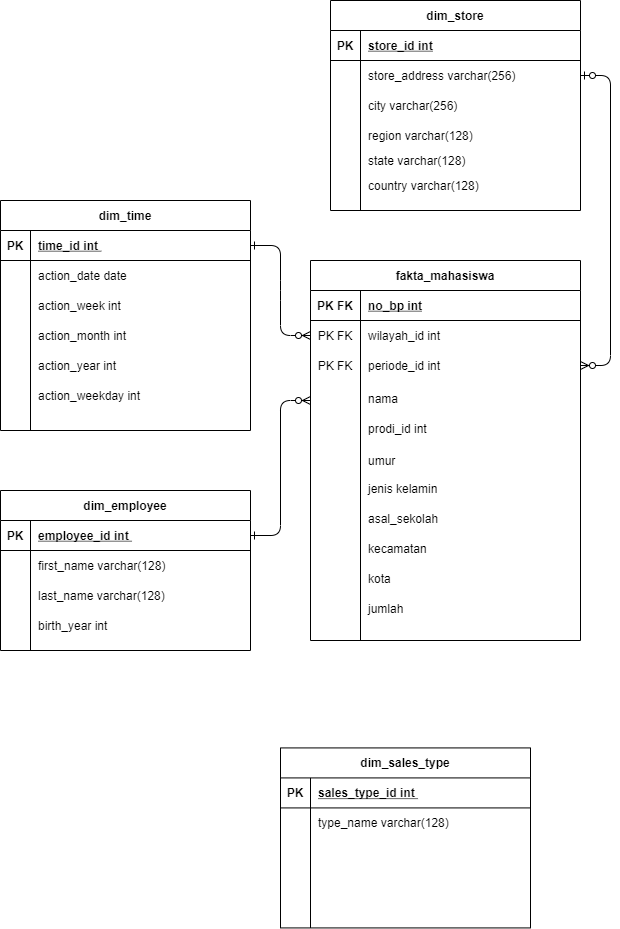
dikaandrajoni/Datawarehouse keeps this draw.io diagram as Datawarehouse mahasiswa TI.png. Above is the earlier version. Source tidied: cells renumbered, new cells last; positions are measured from the earlier drawing's top-left corner, leaving out a move shared by most shapes.
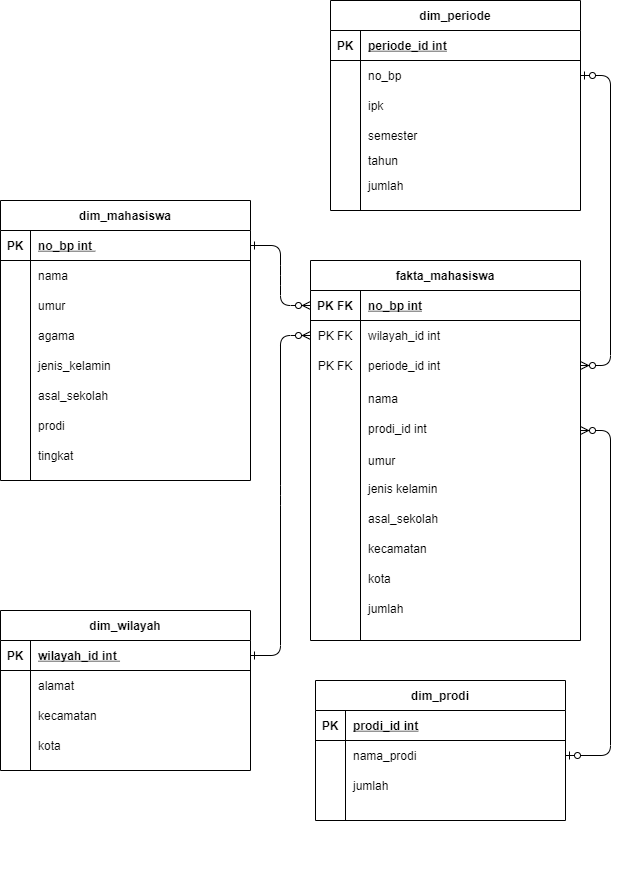
After the commit.

Change to the diagram source:
```diff
@@ -2,7 +2,7 @@
   <root>
     <mxCell id="0" />
     <mxCell id="1" parent="0" />
-    <mxCell id="2" style="edgeStyle=entityRelationEdgeStyle;endArrow=ERzeroToMany;startArrow=ERone;endFill=1;startFill=0;" parent="1" edge="1" source="7" target="65">
+    <mxCell id="2" style="edgeStyle=entityRelationEdgeStyle;endArrow=ERzeroToMany;startArrow=ERone;endFill=1;startFill=0;entryX=0;entryY=0.5;entryDx=0;entryDy=0;" parent="1" edge="1" source="7" target="62">
       <mxGeometry relative="1" as="geometry" />
     </mxCell>
     <mxCell id="3" style="edgeStyle=entityRelationEdgeStyle;endArrow=ERzeroToOne;startArrow=ERzeroToMany;endFill=1;startFill=1;exitX=1;exitY=0.5;exitDx=0;exitDy=0;" parent="1" edge="1" source="68" target="44">
@@ -12,10 +12,10 @@
       <mxGeometry x="310" y="440" width="50" height="30" as="geometry" />
     </mxCell>
     <mxCell id="5" style="group;" parent="1" vertex="1">
-      <mxGeometry y="200" width="250" height="230" as="geometry" />
+      <mxGeometry y="200" width="250" height="310" as="geometry" />
     </mxCell>
-    <mxCell id="6" value="dim_time" style="shape=table;startSize=30;rowLines=0;fontStyle=1;align=center;" parent="5" vertex="1">
-      <mxGeometry width="250" height="230" as="geometry" />
+    <mxCell id="6" value="dim_mahasiswa" style="shape=table;startSize=30;rowLines=0;fontStyle=1;align=center;" parent="5" vertex="1">
+      <mxGeometry width="250" height="280" as="geometry" />
     </mxCell>
     <mxCell id="7" style="shape=partialRectangle;fillColor=none;points=[[0,0.5],[1,0.5]];portConstraint=eastwest;top=0;left=0;right=0;bottom=1;" parent="6" vertex="1">
       <mxGeometry y="30" width="250" height="30" as="geometry" />
@@ -23,7 +23,7 @@
     <mxCell id="8" value="PK" style="shape=partialRectangle;overflow=hidden;fillColor=none;top=0;left=0;bottom=0;right=0;fontStyle=1;" parent="7" vertex="1">
       <mxGeometry width="30" height="30" as="geometry" />
     </mxCell>
-    <mxCell id="9" value="time_id int " style="shape=partialRectangle;overflow=hidden;fillColor=none;top=0;left=0;bottom=0;right=0;align=left;spacingLeft=6;fontStyle=5;" parent="7" vertex="1">
+    <mxCell id="9" value="no_bp int " style="shape=partialRectangle;overflow=hidden;fillColor=none;top=0;left=0;bottom=0;right=0;align=left;spacingLeft=6;fontStyle=5;" parent="7" vertex="1">
       <mxGeometry x="30" width="220" height="30" as="geometry" />
     </mxCell>
     <mxCell id="10" style="shape=partialRectangle;fillColor=none;top=0;left=0;right=0;bottom=0;" parent="6" vertex="1">
@@ -32,7 +32,7 @@
     <mxCell id="11" style="shape=partialRectangle;overflow=hidden;fillColor=none;top=0;left=0;bottom=0;right=0;" parent="10" vertex="1">
       <mxGeometry width="30" height="30" as="geometry" />
     </mxCell>
-    <mxCell id="12" value="action_date date" style="shape=partialRectangle;overflow=hidden;fillColor=none;top=0;left=0;bottom=0;right=0;align=left;spacingLeft=6;" parent="10" vertex="1">
+    <mxCell id="12" value="nama" style="shape=partialRectangle;overflow=hidden;fillColor=none;top=0;left=0;bottom=0;right=0;align=left;spacingLeft=6;" parent="10" vertex="1">
       <mxGeometry x="30" width="220" height="30" as="geometry" />
     </mxCell>
     <mxCell id="13" style="shape=partialRectangle;fillColor=none;top=0;left=0;right=0;bottom=0;" parent="5" vertex="1">
@@ -41,7 +41,7 @@
     <mxCell id="14" style="shape=partialRectangle;overflow=hidden;fillColor=none;top=0;left=0;bottom=0;right=0;" parent="13" vertex="1">
       <mxGeometry width="30" height="30" as="geometry" />
     </mxCell>
-    <mxCell id="15" value="action_week int" style="shape=partialRectangle;overflow=hidden;fillColor=none;top=0;left=0;bottom=0;right=0;align=left;spacingLeft=6;" parent="13" vertex="1">
+    <mxCell id="15" value="umur" style="shape=partialRectangle;overflow=hidden;fillColor=none;top=0;left=0;bottom=0;right=0;align=left;spacingLeft=6;" parent="13" vertex="1">
       <mxGeometry x="30" width="220" height="30" as="geometry" />
     </mxCell>
     <mxCell id="16" style="shape=partialRectangle;fillColor=none;top=0;left=0;right=0;bottom=0;" parent="5" vertex="1">
@@ -50,7 +50,7 @@
     <mxCell id="17" style="shape=partialRectangle;overflow=hidden;fillColor=none;top=0;left=0;bottom=0;right=0;" parent="16" vertex="1">
       <mxGeometry width="30" height="30" as="geometry" />
     </mxCell>
-    <mxCell id="18" value="action_month int" style="shape=partialRectangle;overflow=hidden;fillColor=none;top=0;left=0;bottom=0;right=0;align=left;spacingLeft=6;" parent="16" vertex="1">
+    <mxCell id="18" value="agama" style="shape=partialRectangle;overflow=hidden;fillColor=none;top=0;left=0;bottom=0;right=0;align=left;spacingLeft=6;" parent="16" vertex="1">
       <mxGeometry x="30" width="220" height="30" as="geometry" />
     </mxCell>
     <mxCell id="19" style="shape=partialRectangle;fillColor=none;top=0;left=0;right=0;bottom=0;" parent="5" vertex="1">
@@ -59,16 +59,22 @@
     <mxCell id="20" style="shape=partialRectangle;overflow=hidden;fillColor=none;top=0;left=0;bottom=0;right=0;" parent="19" vertex="1">
       <mxGeometry width="30" height="30" as="geometry" />
     </mxCell>
-    <mxCell id="21" value="action_year int" style="shape=partialRectangle;overflow=hidden;fillColor=none;top=0;left=0;bottom=0;right=0;align=left;spacingLeft=6;" parent="19" vertex="1">
+    <mxCell id="21" value="jenis_kelamin" style="shape=partialRectangle;overflow=hidden;fillColor=none;top=0;left=0;bottom=0;right=0;align=left;spacingLeft=6;" parent="19" vertex="1">
       <mxGeometry x="30" width="220" height="30" as="geometry" />
     </mxCell>
-    <mxCell id="22" value="action_weekday int" style="shape=partialRectangle;overflow=hidden;fillColor=none;top=0;left=0;bottom=0;right=0;align=left;spacingLeft=6;" parent="5" vertex="1">
+    <mxCell id="22" value="asal_sekolah" style="shape=partialRectangle;overflow=hidden;fillColor=none;top=0;left=0;bottom=0;right=0;align=left;spacingLeft=6;" parent="5" vertex="1">
       <mxGeometry x="30" y="180" width="220" height="30" as="geometry" />
     </mxCell>
+    <mxCell id="86" value="prodi" style="shape=partialRectangle;overflow=hidden;fillColor=none;top=0;left=0;bottom=0;right=0;align=left;spacingLeft=6;" parent="5" vertex="1">
+      <mxGeometry x="30" y="210" width="220" height="30" as="geometry" />
+    </mxCell>
+    <mxCell id="87" value="tingkat" style="shape=partialRectangle;overflow=hidden;fillColor=none;top=0;left=0;bottom=0;right=0;align=left;spacingLeft=6;" parent="5" vertex="1">
+      <mxGeometry x="30" y="240" width="220" height="30" as="geometry" />
+    </mxCell>
     <mxCell id="23" style="group;" parent="1" vertex="1">
-      <mxGeometry y="490" width="250" height="160" as="geometry" />
+      <mxGeometry y="610" width="250" height="160" as="geometry" />
     </mxCell>
-    <mxCell id="24" value="dim_employee" style="shape=table;startSize=30;rowLines=0;fontStyle=1;align=center;" parent="23" vertex="1">
+    <mxCell id="24" value="dim_wilayah" style="shape=table;startSize=30;rowLines=0;fontStyle=1;align=center;" parent="23" vertex="1">
       <mxGeometry width="250" height="160" as="geometry" />
     </mxCell>
     <mxCell id="25" style="shape=partialRectangle;fillColor=none;points=[[0,0.5],[1,0.5]];portConstraint=eastwest;top=0;left=0;right=0;bottom=1;" parent="24" vertex="1">
@@ -77,7 +83,7 @@
     <mxCell id="26" value="PK" style="shape=partialRectangle;overflow=hidden;fillColor=none;top=0;left=0;bottom=0;right=0;fontStyle=1;" parent="25" vertex="1">
       <mxGeometry width="30" height="30" as="geometry" />
     </mxCell>
-    <mxCell id="27" value="employee_id int " style="shape=partialRectangle;overflow=hidden;fillColor=none;top=0;left=0;bottom=0;right=0;align=left;spacingLeft=6;fontStyle=5;" parent="25" vertex="1">
+    <mxCell id="27" value="wilayah_id int " style="shape=partialRectangle;overflow=hidden;fillColor=none;top=0;left=0;bottom=0;right=0;align=left;spacingLeft=6;fontStyle=5;" parent="25" vertex="1">
       <mxGeometry x="30" width="220" height="30" as="geometry" />
     </mxCell>
     <mxCell id="28" style="shape=partialRectangle;fillColor=none;top=0;left=0;right=0;bottom=0;" parent="24" vertex="1">
@@ -86,7 +92,7 @@
     <mxCell id="29" style="shape=partialRectangle;overflow=hidden;fillColor=none;top=0;left=0;bottom=0;right=0;" parent="28" vertex="1">
       <mxGeometry width="30" height="30" as="geometry" />
     </mxCell>
-    <mxCell id="30" value="first_name varchar(128)" style="shape=partialRectangle;overflow=hidden;fillColor=none;top=0;left=0;bottom=0;right=0;align=left;spacingLeft=6;" parent="28" vertex="1">
+    <mxCell id="30" value="alamat" style="shape=partialRectangle;overflow=hidden;fillColor=none;top=0;left=0;bottom=0;right=0;align=left;spacingLeft=6;" parent="28" vertex="1">
       <mxGeometry x="30" width="220" height="30" as="geometry" />
     </mxCell>
     <mxCell id="31" style="shape=partialRectangle;fillColor=none;top=0;left=0;right=0;bottom=0;" parent="23" vertex="1">
@@ -95,7 +101,7 @@
     <mxCell id="32" style="shape=partialRectangle;overflow=hidden;fillColor=none;top=0;left=0;bottom=0;right=0;" parent="31" vertex="1">
       <mxGeometry width="30" height="30" as="geometry" />
     </mxCell>
-    <mxCell id="33" value="last_name varchar(128)" style="shape=partialRectangle;overflow=hidden;fillColor=none;top=0;left=0;bottom=0;right=0;align=left;spacingLeft=6;" parent="31" vertex="1">
+    <mxCell id="33" value="kecamatan" style="shape=partialRectangle;overflow=hidden;fillColor=none;top=0;left=0;bottom=0;right=0;align=left;spacingLeft=6;" parent="31" vertex="1">
       <mxGeometry x="30" width="220" height="30" as="geometry" />
     </mxCell>
     <mxCell id="34" style="shape=partialRectangle;fillColor=none;top=0;left=0;right=0;bottom=0;" parent="23" vertex="1">
@@ -104,13 +110,11 @@
     <mxCell id="35" style="shape=partialRectangle;overflow=hidden;fillColor=none;top=0;left=0;bottom=0;right=0;" parent="34" vertex="1">
       <mxGeometry width="30" height="30" as="geometry" />
     </mxCell>
-    <mxCell id="36" value="birth_year int" style="shape=partialRectangle;overflow=hidden;fillColor=none;top=0;left=0;bottom=0;right=0;align=left;spacingLeft=6;" parent="34" vertex="1">
+    <mxCell id="36" value="kota" style="shape=partialRectangle;overflow=hidden;fillColor=none;top=0;left=0;bottom=0;right=0;align=left;spacingLeft=6;" parent="34" vertex="1">
       <mxGeometry x="30" width="220" height="30" as="geometry" />
     </mxCell>
-    <mxCell id="37" style="edgeStyle=entityRelationEdgeStyle;fontSize=12;html=1;endArrow=ERzeroToMany;startArrow=ERone;exitX=1;exitY=0.5;exitDx=0;exitDy=0;startFill=0;endFill=1;" parent="1" edge="1" source="25">
-      <mxGeometry relative="1" as="geometry">
-        <mxPoint x="310" y="400" as="targetPoint" />
-      </mxGeometry>
+    <mxCell id="37" style="edgeStyle=entityRelationEdgeStyle;fontSize=12;html=1;endArrow=ERzeroToMany;startArrow=ERone;exitX=1;exitY=0.5;exitDx=0;exitDy=0;startFill=0;endFill=1;entryX=0;entryY=0.5;entryDx=0;entryDy=0;" parent="1" edge="1" source="25" target="65">
+      <mxGeometry relative="1" as="geometry" />
     </mxCell>
     <mxCell id="38" style="group;" parent="1" vertex="1">
       <mxGeometry x="330" width="250" height="210" as="geometry" />
@@ -118,7 +122,7 @@
     <mxCell id="39" style="group;" parent="38" vertex="1">
       <mxGeometry width="250" height="210" as="geometry" />
     </mxCell>
-    <mxCell id="40" value="dim_store" style="shape=table;startSize=30;rowLines=0;fontStyle=1;align=center;" parent="39" vertex="1">
+    <mxCell id="40" value="dim_periode" style="shape=table;startSize=30;rowLines=0;fontStyle=1;align=center;" parent="39" vertex="1">
       <mxGeometry width="250" height="210" as="geometry" />
     </mxCell>
     <mxCell id="41" style="shape=partialRectangle;fillColor=none;top=0;left=0;right=0;bottom=1;" parent="40" vertex="1">
@@ -127,7 +131,7 @@
     <mxCell id="42" value="PK" style="shape=partialRectangle;overflow=hidden;fillColor=none;top=0;left=0;bottom=0;right=0;fontStyle=1;" parent="41" vertex="1">
       <mxGeometry width="30" height="30" as="geometry" />
     </mxCell>
-    <mxCell id="43" value="store_id int" style="shape=partialRectangle;overflow=hidden;fillColor=none;top=0;left=0;bottom=0;right=0;align=left;spacingLeft=6;fontStyle=5;" parent="41" vertex="1">
+    <mxCell id="43" value="periode_id int" style="shape=partialRectangle;overflow=hidden;fillColor=none;top=0;left=0;bottom=0;right=0;align=left;spacingLeft=6;fontStyle=5;" parent="41" vertex="1">
       <mxGeometry x="30" width="220" height="30" as="geometry" />
     </mxCell>
     <mxCell id="44" style="shape=partialRectangle;fillColor=none;points=[[0,0.5],[1,0.5]];portConstraint=eastwest;top=0;left=0;right=0;bottom=0;" parent="40" vertex="1">
@@ -136,7 +140,7 @@
     <mxCell id="45" style="shape=partialRectangle;overflow=hidden;fillColor=none;top=0;left=0;bottom=0;right=0;" parent="44" vertex="1">
       <mxGeometry width="30" height="30" as="geometry" />
     </mxCell>
-    <mxCell id="46" value="store_address varchar(256)" style="shape=partialRectangle;overflow=hidden;fillColor=none;top=0;left=0;bottom=0;right=0;align=left;spacingLeft=6;" parent="44" vertex="1">
+    <mxCell id="46" value="no_bp" style="shape=partialRectangle;overflow=hidden;fillColor=none;top=0;left=0;bottom=0;right=0;align=left;spacingLeft=6;" parent="44" vertex="1">
       <mxGeometry x="30" width="220" height="30" as="geometry" />
     </mxCell>
     <mxCell id="47" style="shape=partialRectangle;fillColor=none;top=0;left=0;right=0;bottom=0;" parent="40" vertex="1">
@@ -145,7 +149,7 @@
     <mxCell id="48" style="shape=partialRectangle;overflow=hidden;fillColor=none;top=0;left=0;bottom=0;right=0;" parent="47" vertex="1">
       <mxGeometry width="30" height="30" as="geometry" />
     </mxCell>
-    <mxCell id="49" value="city varchar(256)" style="shape=partialRectangle;overflow=hidden;fillColor=none;top=0;left=0;bottom=0;right=0;align=left;spacingLeft=6;" parent="47" vertex="1">
+    <mxCell id="49" value="ipk" style="shape=partialRectangle;overflow=hidden;fillColor=none;top=0;left=0;bottom=0;right=0;align=left;spacingLeft=6;" parent="47" vertex="1">
       <mxGeometry x="30" width="220" height="30" as="geometry" />
     </mxCell>
     <mxCell id="50" style="shape=partialRectangle;fillColor=none;top=0;left=0;right=0;bottom=0;" parent="39" vertex="1">
@@ -154,7 +158,7 @@
     <mxCell id="51" style="shape=partialRectangle;overflow=hidden;fillColor=none;top=0;left=0;bottom=0;right=0;" parent="50" vertex="1">
       <mxGeometry width="30" height="30" as="geometry" />
     </mxCell>
-    <mxCell id="52" value="region varchar(128)" style="shape=partialRectangle;overflow=hidden;fillColor=none;top=0;left=0;bottom=0;right=0;align=left;spacingLeft=6;" parent="50" vertex="1">
+    <mxCell id="52" value="semester" style="shape=partialRectangle;overflow=hidden;fillColor=none;top=0;left=0;bottom=0;right=0;align=left;spacingLeft=6;" parent="50" vertex="1">
       <mxGeometry x="30" width="220" height="30" as="geometry" />
     </mxCell>
     <mxCell id="53" style="shape=partialRectangle;fillColor=none;top=0;left=0;right=0;bottom=0;" parent="39" vertex="1">
@@ -163,7 +167,7 @@
     <mxCell id="54" style="shape=partialRectangle;overflow=hidden;fillColor=none;top=0;left=0;bottom=0;right=0;" parent="53" vertex="1">
       <mxGeometry width="30" height="30" as="geometry" />
     </mxCell>
-    <mxCell id="55" value="state varchar(128)" style="shape=partialRectangle;overflow=hidden;fillColor=none;top=0;left=0;bottom=0;right=0;align=left;spacingLeft=6;" parent="53" vertex="1">
+    <mxCell id="55" value="tahun" style="shape=partialRectangle;overflow=hidden;fillColor=none;top=0;left=0;bottom=0;right=0;align=left;spacingLeft=6;" parent="53" vertex="1">
       <mxGeometry x="30" width="220" height="30" as="geometry" />
     </mxCell>
     <mxCell id="56" style="shape=partialRectangle;fillColor=none;top=0;left=0;right=0;bottom=0;" parent="39" vertex="1">
@@ -172,7 +176,7 @@
     <mxCell id="57" style="shape=partialRectangle;overflow=hidden;fillColor=none;top=0;left=0;bottom=0;right=0;" parent="56" vertex="1">
       <mxGeometry width="30" height="30" as="geometry" />
     </mxCell>
-    <mxCell id="58" value="country varchar(128)" style="shape=partialRectangle;overflow=hidden;fillColor=none;top=0;left=0;bottom=0;right=0;align=left;spacingLeft=6;" parent="56" vertex="1">
+    <mxCell id="58" value="jumlah" style="shape=partialRectangle;overflow=hidden;fillColor=none;top=0;left=0;bottom=0;right=0;align=left;spacingLeft=6;" parent="56" vertex="1">
       <mxGeometry x="30" width="220" height="30" as="geometry" />
     </mxCell>
     <mxCell id="59" style="group;" parent="1" vertex="1">
@@ -232,29 +236,52 @@
     <mxCell id="77" value="jumlah" style="shape=partialRectangle;overflow=hidden;fillColor=none;top=0;left=0;bottom=0;right=0;align=left;spacingLeft=6;" parent="59" vertex="1">
       <mxGeometry x="50" y="330" width="220" height="36.8" as="geometry" />
     </mxCell>
-    <mxCell id="78" style="group;" parent="1" vertex="1">
-      <mxGeometry x="270" y="837.4" width="260" height="90" as="geometry" />
-    </mxCell>
-    <mxCell id="79" value="dim_sales_type" style="shape=table;startSize=30;rowLines=0;fontStyle=1;align=center;" parent="78" vertex="1">
-      <mxGeometry x="10" y="-90" width="250" height="180" as="geometry" />
-    </mxCell>
+    <mxCell id="88" style="edgeStyle=entityRelationEdgeStyle;endArrow=ERzeroToOne;startArrow=ERzeroToMany;endFill=1;startFill=1;" parent="1" edge="1" target="83">
+      <mxGeometry relative="1" as="geometry">
+        <mxPoint x="580" y="430" as="sourcePoint" />
+      </mxGeometry>
+    </mxCell>
+    <mxCell id="89" style="group;" parent="1" vertex="1">
+      <mxGeometry x="315" y="680" width="250" height="210" as="geometry" />
+    </mxCell>
+    <mxCell id="90" style="group;" parent="89" vertex="1">
+      <mxGeometry width="250" height="210" as="geometry" />
+    </mxCell>
+    <mxCell id="91" value="dim_prodi" style="shape=table;startSize=30;rowLines=0;fontStyle=1;align=center;" parent="90" vertex="1">
+      <mxGeometry width="250" height="140" as="geometry" />
+    </mxCell>
-    <mxCell id="80" style="shape=partialRectangle;fillColor=none;top=0;left=0;right=0;bottom=1;" parent="79" vertex="1">
+    <mxCell id="80" style="shape=partialRectangle;fillColor=none;top=0;left=0;right=0;bottom=1;" parent="91" vertex="1">
       <mxGeometry y="30" width="250" height="30" as="geometry" />
     </mxCell>
     <mxCell id="81" value="PK" style="shape=partialRectangle;overflow=hidden;fillColor=none;top=0;left=0;bottom=0;right=0;fontStyle=1;" parent="80" vertex="1">
       <mxGeometry width="30" height="30" as="geometry" />
     </mxCell>
-    <mxCell id="82" value="sales_type_id int " style="shape=partialRectangle;overflow=hidden;fillColor=none;top=0;left=0;bottom=0;right=0;align=left;spacingLeft=6;fontStyle=5;" parent="80" vertex="1">
-      <mxGeometry x="30" width="220" height="30" as="geometry" />
-    </mxCell>
+    <mxCell id="92" value="prodi_id int" style="shape=partialRectangle;overflow=hidden;fillColor=none;top=0;left=0;bottom=0;right=0;align=left;spacingLeft=6;fontStyle=5;" parent="80" vertex="1">
+      <mxGeometry x="30" width="220" height="30" as="geometry" />
+    </mxCell>
-    <mxCell id="83" style="shape=partialRectangle;fillColor=none;points=[[0,0.5],[1,0.5]];portConstraint=eastwest;top=0;left=0;right=0;bottom=0;" parent="79" vertex="1">
+    <mxCell id="83" style="shape=partialRectangle;fillColor=none;points=[[0,0.5],[1,0.5]];portConstraint=eastwest;top=0;left=0;right=0;bottom=0;" parent="91" vertex="1">
       <mxGeometry y="60" width="250" height="30" as="geometry" />
     </mxCell>
-    <mxCell id="84" style="shape=partialRectangle;overflow=hidden;fillColor=none;top=0;left=0;bottom=0;right=0;" parent="83" vertex="1">
-      <mxGeometry width="30" height="30" as="geometry" />
-    </mxCell>
-    <mxCell id="85" value="type_name varchar(128)" style="shape=partialRectangle;overflow=hidden;fillColor=none;top=0;left=0;bottom=0;right=0;align=left;spacingLeft=6;" parent="83" vertex="1">
-      <mxGeometry x="30" width="220" height="30" as="geometry" />
-    </mxCell>
+    <mxCell id="93" style="shape=partialRectangle;overflow=hidden;fillColor=none;top=0;left=0;bottom=0;right=0;" parent="83" vertex="1">
+      <mxGeometry width="30" height="30" as="geometry" />
+    </mxCell>
+    <mxCell id="94" value="nama_prodi" style="shape=partialRectangle;overflow=hidden;fillColor=none;top=0;left=0;bottom=0;right=0;align=left;spacingLeft=6;" parent="83" vertex="1">
+      <mxGeometry x="30" width="220" height="30" as="geometry" />
+    </mxCell>
+    <mxCell id="95" style="shape=partialRectangle;fillColor=none;top=0;left=0;right=0;bottom=0;" parent="91" vertex="1">
+      <mxGeometry y="90" width="250" height="30" as="geometry" />
+    </mxCell>
+    <mxCell id="96" style="shape=partialRectangle;overflow=hidden;fillColor=none;top=0;left=0;bottom=0;right=0;" parent="95" vertex="1">
+      <mxGeometry width="30" height="30" as="geometry" />
+    </mxCell>
+    <mxCell id="97" value="jumlah" style="shape=partialRectangle;overflow=hidden;fillColor=none;top=0;left=0;bottom=0;right=0;align=left;spacingLeft=6;" parent="95" vertex="1">
+      <mxGeometry x="30" width="220" height="30" as="geometry" />
+    </mxCell>
+    <mxCell id="98" style="shape=partialRectangle;fillColor=none;top=0;left=0;right=0;bottom=0;" parent="90" vertex="1">
+      <mxGeometry y="145" width="250" height="30" as="geometry" />
+    </mxCell>
+    <mxCell id="99" style="shape=partialRectangle;overflow=hidden;fillColor=none;top=0;left=0;bottom=0;right=0;" parent="98" vertex="1">
+      <mxGeometry width="30" height="30" as="geometry" />
+    </mxCell>
   </root>
 </mxGraphModel>
```
